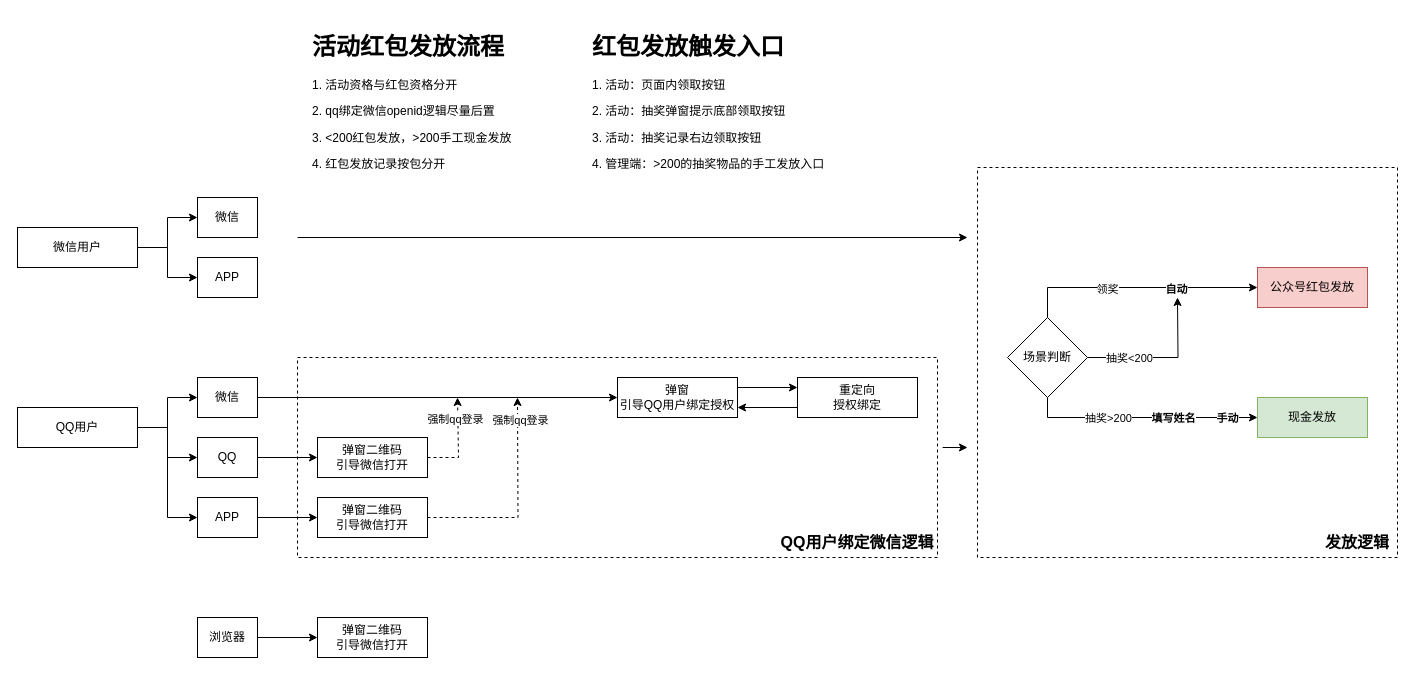
Earlier version of the draw.io diagram 红包返利.drawio (axtrur/resource). Source tidied: cells renumbered, new cells numbered last; positions are measured from the earlier drawing's top-left corner, leaving out a move shared by most shapes. Both pictures are drawn from the tidied source at 100%, with x=0, y=0 at pixel (17, 27).
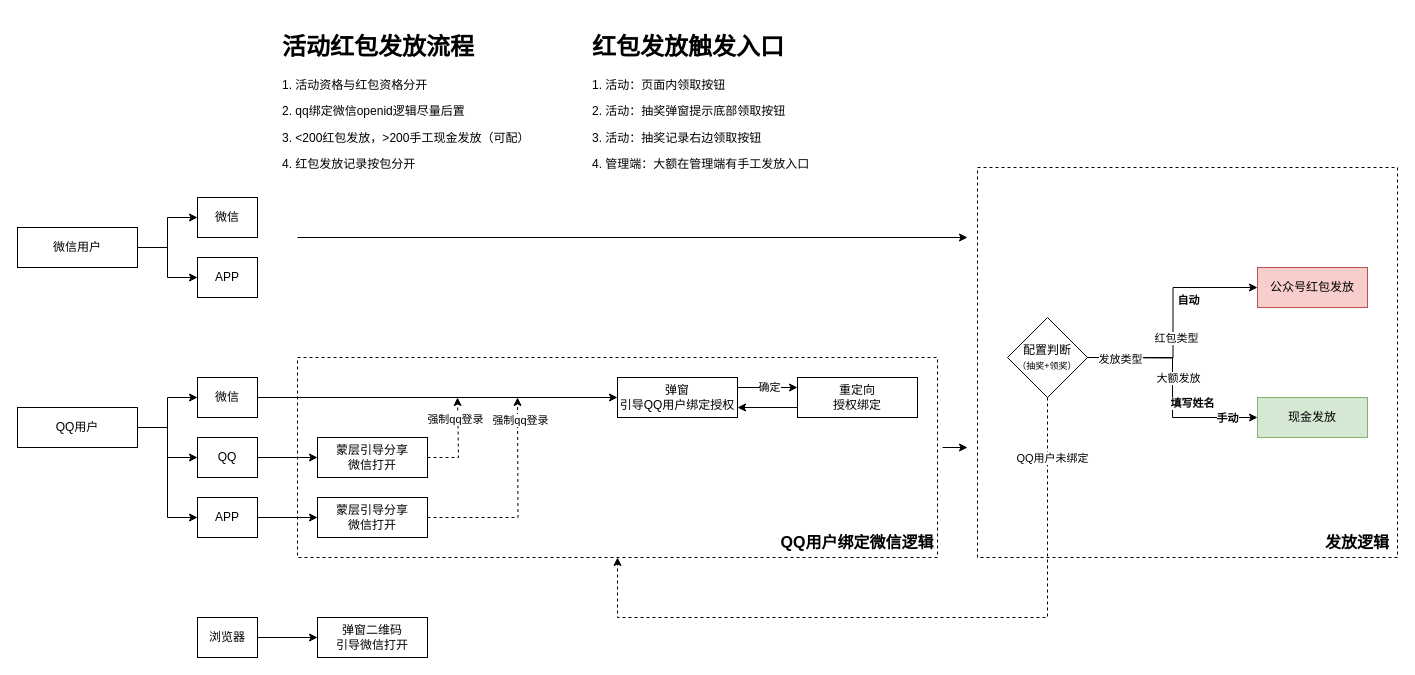
The same page after the edit.

Commit message:
更新红包返利.drawio

The change refers to these unchanged cells:
```xml
<mxCell id="3" style="rounded=0;whiteSpace=wrap;html=1;dashed=1;" parent="1" vertex="1">
  <mxGeometry x="280" y="330" width="640" height="200" as="geometry" />
</mxCell>
<mxCell id="18" style="edgeStyle=orthogonalEdgeStyle;rounded=0;jettySize=auto;html=1;exitX=1;exitY=0.25;exitDx=0;exitDy=0;entryX=0;entryY=0.25;entryDx=0;entryDy=0;" parent="1" edge="1" source="15" target="17">
  <mxGeometry relative="1" as="geometry" />
</mxCell>
<mxCell id="29" value="公众号红包发放" style="rounded=0;whiteSpace=wrap;html=1;fillColor=#f8cecc;strokeColor=#b85450;" parent="1" vertex="1">
  <mxGeometry x="1240" y="240" width="110" height="40" as="geometry" />
</mxCell>
<mxCell id="30" value="现金发放" style="rounded=0;whiteSpace=wrap;html=1;fillColor=#d5e8d4;strokeColor=#82b366;" parent="1" vertex="1">
  <mxGeometry x="1240" y="370" width="110" height="40" as="geometry" />
</mxCell>
```

The edit, as a diff of the source:
```diff
@@
+    <mxCell id="51" value="确定" style="edgeLabel;html=1;align=center;verticalAlign=middle;" parent="18" vertex="1">
+      <mxGeometry x="0.03" y="1" relative="1" as="geometry" />
+    </mxCell>
@@
-    <mxCell id="22" value="弹窗二维码&lt;br&gt;引导微信打开" style="rounded=0;whiteSpace=wrap;html=1;" parent="1" vertex="1">
+    <mxCell id="22" value="蒙层引导分享&lt;br&gt;微信打开" style="rounded=0;whiteSpace=wrap;html=1;" parent="1" vertex="1">
       <mxGeometry x="300" y="410" width="110" height="40" as="geometry" />
     </mxCell>
@@
-    <mxCell id="25" value="弹窗二维码&lt;br&gt;引导微信打开" style="rounded=0;whiteSpace=wrap;html=1;" parent="1" vertex="1">
+    <mxCell id="25" value="蒙层引导分享&lt;br style=&quot;border-color: var(--border-color);&quot;&gt;微信打开" style="rounded=0;whiteSpace=wrap;html=1;" parent="1" vertex="1">
       <mxGeometry x="300" y="470" width="110" height="40" as="geometry" />
     </mxCell>
-    <mxCell id="26" value="&lt;h1&gt;活动红包发放流程&lt;/h1&gt;&lt;p&gt;1. 活动资格与红包资格分开&lt;/p&gt;&lt;p&gt;2. qq绑定微信openid逻辑尽量后置&lt;/p&gt;&lt;p&gt;3. &amp;lt;200红包发放，&amp;gt;200手工现金发放&lt;/p&gt;&lt;p&gt;4. 红包发放记录按包分开&lt;/p&gt;" style="text;html=1;strokeColor=none;fillColor=none;spacing=5;spacingTop=-20;whiteSpace=wrap;overflow=hidden;rounded=0;" parent="1" vertex="1">
-      <mxGeometry x="290" width="260" height="160" as="geometry" />
+    <mxCell id="26" value="&lt;h1&gt;活动红包发放流程&lt;/h1&gt;&lt;p&gt;1. 活动资格与红包资格分开&lt;/p&gt;&lt;p&gt;2. qq绑定微信openid逻辑尽量后置&lt;/p&gt;&lt;p&gt;3. &amp;lt;200红包发放，&amp;gt;200手工现金发放（可配）&lt;/p&gt;&lt;p&gt;4. 红包发放记录按包分开&lt;/p&gt;" style="text;html=1;strokeColor=none;fillColor=none;spacing=5;spacingTop=-20;whiteSpace=wrap;overflow=hidden;rounded=0;" parent="1" vertex="1">
+      <mxGeometry x="260" width="280" height="160" as="geometry" />
     </mxCell>
-    <mxCell id="27" value="&lt;h1&gt;红包发放触发入口&lt;/h1&gt;&lt;p&gt;1. 活动：页面内领取按钮&lt;/p&gt;&lt;p&gt;2. 活动：抽奖弹窗提示底部领取按钮&lt;/p&gt;&lt;p&gt;3. 活动：抽奖记录右边领取按钮&lt;/p&gt;&lt;p&gt;4. 管理端：&amp;gt;200的抽奖物品的手工发放入口&lt;/p&gt;" style="text;html=1;strokeColor=none;fillColor=none;spacing=5;spacingTop=-20;whiteSpace=wrap;overflow=hidden;rounded=0;" parent="1" vertex="1">
+    <mxCell id="27" value="&lt;h1&gt;红包发放触发入口&lt;/h1&gt;&lt;p&gt;1. 活动：页面内领取按钮&lt;/p&gt;&lt;p&gt;2. 活动：抽奖弹窗提示底部领取按钮&lt;/p&gt;&lt;p&gt;3. 活动：抽奖记录右边领取按钮&lt;/p&gt;&lt;p&gt;4. 管理端：大额在管理端有手工发放入口&lt;/p&gt;" style="text;html=1;strokeColor=none;fillColor=none;spacing=5;spacingTop=-20;whiteSpace=wrap;overflow=hidden;rounded=0;" parent="1" vertex="1">
       <mxGeometry x="570" width="260" height="160" as="geometry" />
     </mxCell>
@@
-    <mxCell id="31" style="edgeStyle=orthogonalEdgeStyle;rounded=0;jettySize=auto;html=1;exitX=0.5;exitY=0;exitDx=0;exitDy=0;entryX=0;entryY=0.5;entryDx=0;entryDy=0;" parent="1" edge="1" source="40" target="29">
-      <mxGeometry relative="1" as="geometry" />
+    <mxCell id="31" style="edgeStyle=orthogonalEdgeStyle;rounded=0;jettySize=auto;html=1;entryX=0;entryY=0.5;entryDx=0;entryDy=0;" parent="1" edge="1" target="29">
+      <mxGeometry relative="1" as="geometry">
+        <mxPoint x="1070" y="330" as="sourcePoint" />
+      </mxGeometry>
     </mxCell>
@@
-    <mxCell id="33" value="领奖" style="edgeLabel;html=1;align=center;verticalAlign=middle;" parent="31" vertex="1">
+    <mxCell id="33" value="红包类型" style="edgeLabel;html=1;align=center;verticalAlign=middle;" parent="31" vertex="1">
       <mxGeometry x="-0.41" y="-1" relative="1" as="geometry">
-        <mxPoint x="18" as="offset" />
+        <mxPoint x="18" y="-21" as="offset" />
       </mxGeometry>
     </mxCell>
-    <mxCell id="34" style="edgeStyle=orthogonalEdgeStyle;rounded=0;jettySize=auto;html=1;exitX=0.5;exitY=1;exitDx=0;exitDy=0;entryX=0;entryY=0.5;entryDx=0;entryDy=0;" parent="1" edge="1" source="40" target="30">
+    <mxCell id="34" style="edgeStyle=orthogonalEdgeStyle;rounded=0;jettySize=auto;html=1;exitX=1;exitY=0.5;exitDx=0;exitDy=0;entryX=0;entryY=0.5;entryDx=0;entryDy=0;" parent="1" edge="1" source="40" target="30">
       <mxGeometry relative="1" as="geometry" />
     </mxCell>
@@
-    <mxCell id="36" value="抽奖&amp;gt;200" style="edgeLabel;html=1;align=center;verticalAlign=middle;" parent="34" vertex="1">
+    <mxCell id="36" value="大额发放" style="edgeLabel;html=1;align=center;verticalAlign=middle;" parent="34" vertex="1">
       <mxGeometry x="-0.58" y="-2" relative="1" as="geometry">
-        <mxPoint x="32" y="-2" as="offset" />
+        <mxPoint x="42" y="18" as="offset" />
       </mxGeometry>
     </mxCell>
@@
-    <mxCell id="38" style="edgeStyle=orthogonalEdgeStyle;rounded=0;jettySize=auto;html=1;exitX=1;exitY=0.5;exitDx=0;exitDy=0;" parent="1" edge="1" source="40">
-      <mxGeometry relative="1" as="geometry">
-        <mxPoint x="1160" y="270" as="targetPoint" />
-      </mxGeometry>
-    </mxCell>
-    <mxCell id="39" value="抽奖&amp;lt;200" style="edgeLabel;html=1;align=center;verticalAlign=middle;" parent="38" vertex="1">
-      <mxGeometry x="-0.46" y="4" relative="1" as="geometry">
-        <mxPoint y="4" as="offset" />
-      </mxGeometry>
-    </mxCell>
+    <mxCell id="52" value="发放类型" style="edgeLabel;html=1;align=center;verticalAlign=middle;" parent="34" vertex="1">
+      <mxGeometry x="-0.72" y="-1" relative="1" as="geometry" />
+    </mxCell>
+    <mxCell id="53" style="edgeStyle=orthogonalEdgeStyle;rounded=0;jettySize=auto;html=1;exitX=0.5;exitY=1;exitDx=0;exitDy=0;entryX=0.5;entryY=1;entryDx=0;entryDy=0;dashed=1;" parent="1" edge="1" source="40" target="3">
+      <mxGeometry relative="1" as="geometry">
+        <Array as="points">
+          <mxPoint x="1030" y="590" />
+          <mxPoint x="600" y="590" />
+        </Array>
+      </mxGeometry>
+    </mxCell>
+    <mxCell id="54" value="QQ用户未绑定" style="edgeLabel;html=1;align=center;verticalAlign=middle;" parent="53" vertex="1">
+      <mxGeometry x="-0.83" y="4" relative="1" as="geometry" />
+    </mxCell>
-    <mxCell id="40" value="场景判断" style="rhombus;whiteSpace=wrap;html=1;" parent="1" vertex="1">
+    <mxCell id="40" value="配置判断&lt;br&gt;&lt;font style=&quot;font-size: 9px;&quot;&gt;（抽奖+领奖）&lt;/font&gt;" style="rhombus;whiteSpace=wrap;html=1;" parent="1" vertex="1">
       <mxGeometry x="990" y="290" width="80" height="80" as="geometry" />
     </mxCell>
```
